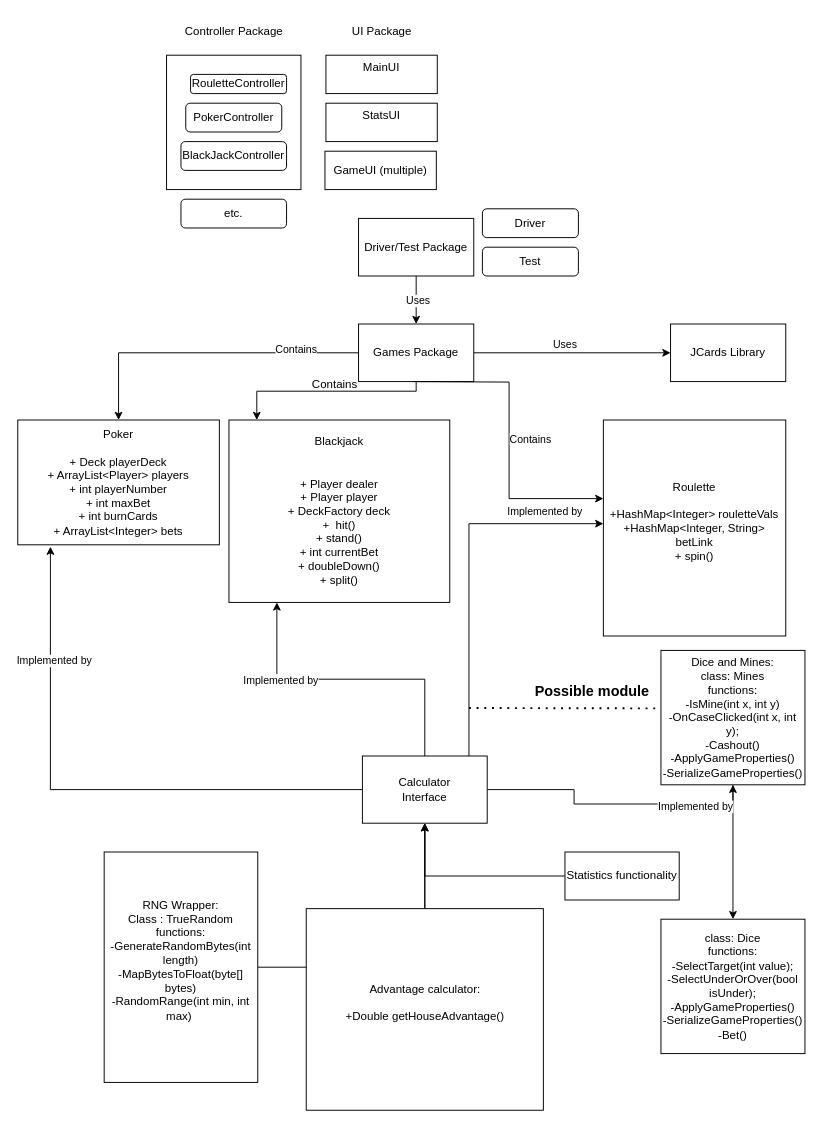
This is Deliverable 2/UML_2_WIP.drawio from adinashby-vanier-college/integrative-project-in-csm-project-sigma-technologies-inc, a draw.io file, before an edit. Source tidied: cells renumbered, new cells numbered last; positions are measured from the earlier drawing's top-left corner, leaving out a move shared by most shapes. Both pictures are drawn from the tidied source at 96%, with x=0, y=0 at pixel (17, 16).
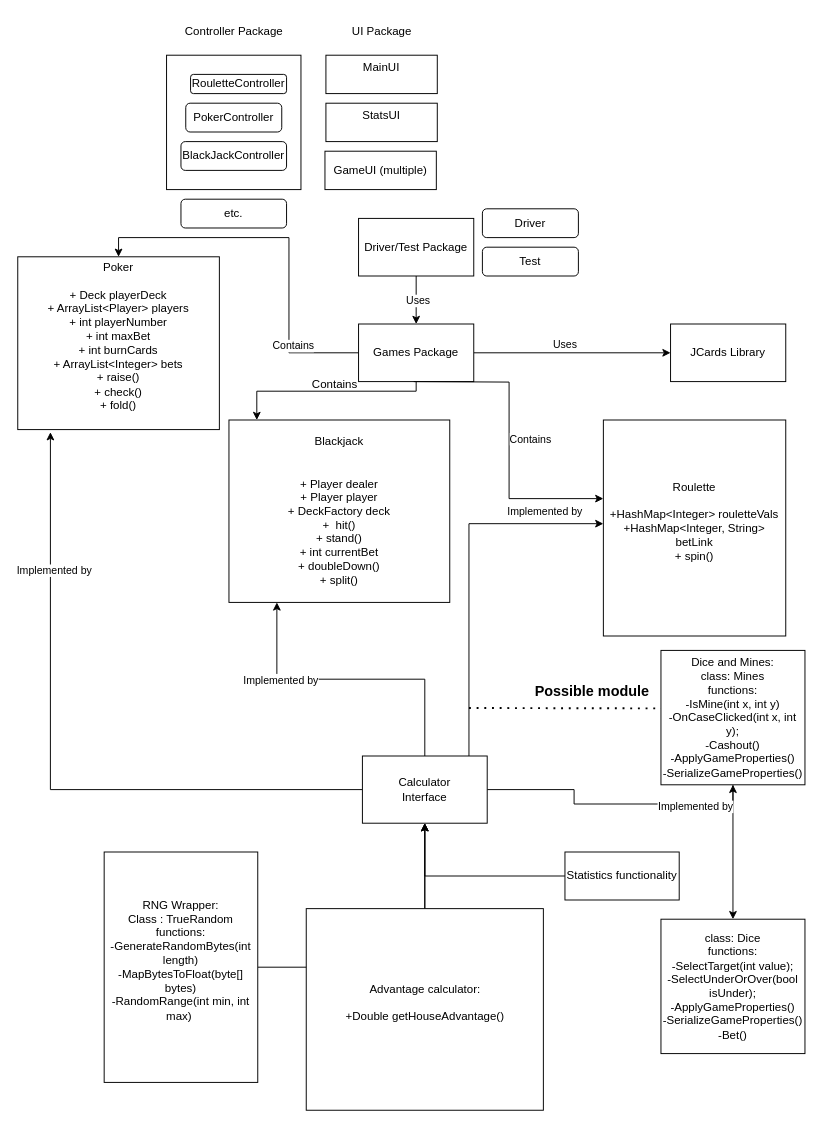
Above is the later version.

Commit message (it also covers changes not shown here):
made a few changes to the class diagram

The edit, as a diff of the source:
```diff
@@
-    <mxCell id="2" value="&lt;div&gt;Poker&lt;/div&gt;&lt;div&gt;&lt;br&gt;&lt;/div&gt;&lt;div&gt;+ Deck playerDeck&lt;/div&gt;&lt;div&gt;+ ArrayList&amp;lt;Player&amp;gt; players&lt;/div&gt;&lt;div&gt;+ int playerNumber&lt;/div&gt;&lt;div&gt;+ int maxBet&lt;/div&gt;&lt;div&gt;+ int burnCards&lt;/div&gt;&lt;div&gt;+ ArrayList&amp;lt;Integer&amp;gt; bets&lt;br&gt;&lt;/div&gt;" style="rounded=0;whiteSpace=wrap;html=1;" parent="1" vertex="1">
-      <mxGeometry y="420" width="210" height="130" as="geometry" />
+    <mxCell id="2" value="&lt;div&gt;Poker&lt;/div&gt;&lt;div&gt;&lt;br&gt;&lt;/div&gt;&lt;div&gt;+ Deck playerDeck&lt;/div&gt;&lt;div&gt;+ ArrayList&amp;lt;Player&amp;gt; players&lt;/div&gt;&lt;div&gt;+ int playerNumber&lt;/div&gt;&lt;div&gt;+ int maxBet&lt;/div&gt;&lt;div&gt;+ int burnCards&lt;/div&gt;&lt;div&gt;+ ArrayList&amp;lt;Integer&amp;gt; bets&lt;br&gt;&lt;/div&gt;&lt;div&gt;+ raise()&lt;/div&gt;&lt;div&gt;+ check()&lt;/div&gt;&lt;div&gt;+ fold()&lt;/div&gt;&lt;div&gt;&lt;br&gt;&lt;/div&gt;" style="rounded=0;whiteSpace=wrap;html=1;" parent="1" vertex="1">
+      <mxGeometry y="250" width="210" height="180" as="geometry" />
     </mxCell>
```
